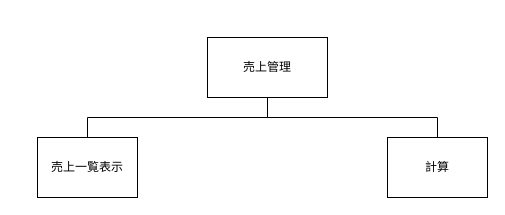
Before: サブシステム構造図/売上管理.drawio in Yamanin3/system-devel, a draw.io diagram. Source tidied: cells renumbered, new cells numbered last; positions are measured from the earlier drawing's top-left corner, leaving out a move shared by most shapes. Both pictures are drawn from the tidied source at 100%, with x=0, y=0 at pixel (37, 37).
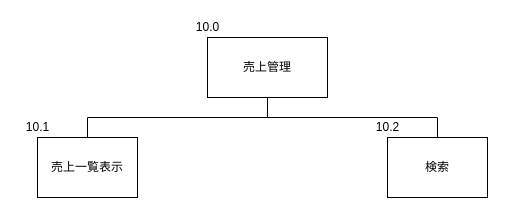
The same page after the edit.

What changed in the source:
```diff
@@
 <mxGraphModel>
   <root>
     <mxCell id="0" />
     <mxCell id="1" parent="0" />
     <mxCell id="2" value="売上管理" style="whiteSpace=wrap;html=1;align=center;" parent="1" vertex="1">
       <mxGeometry x="170" width="120" height="60" as="geometry" />
     </mxCell>
+    <mxCell id="7" value="10.0" style="text;html=1;align=center;verticalAlign=middle;fillColor=none;strokeColor=none;rounded=0;" parent="2" vertex="1">
+      <mxGeometry x="-20" y="-20" width="40" height="20" as="geometry" />
+    </mxCell>
-    <mxCell id="3" value="計算" style="whiteSpace=wrap;html=1;align=center;verticalAlign=middle;" parent="1" vertex="1">
+    <mxCell id="3" value="検索" style="whiteSpace=wrap;html=1;align=center;verticalAlign=middle;" parent="1" vertex="1">
       <mxGeometry x="350" y="100" width="100" height="60" as="geometry" />
     </mxCell>
     <mxCell id="4" style="edgeStyle=elbowEdgeStyle;elbow=vertical;startArrow=none;endArrow=none;rounded=0;" parent="1" edge="1" target="3">
       <mxGeometry relative="1" as="geometry">
         <mxPoint x="230" y="60" as="sourcePoint" />
       </mxGeometry>
     </mxCell>
     <mxCell id="5" value="売上一覧表示" style="whiteSpace=wrap;html=1;align=center;verticalAlign=middle;" parent="1" vertex="1">
       <mxGeometry y="100" width="100" height="60" as="geometry" />
     </mxCell>
     <mxCell id="6" style="edgeStyle=elbowEdgeStyle;elbow=vertical;startArrow=none;endArrow=none;rounded=0;exitX=0.5;exitY=1;exitDx=0;exitDy=0;" parent="1" edge="1" source="2" target="5">
       <mxGeometry relative="1" as="geometry" />
     </mxCell>
+    <mxCell id="8" value="10.1" style="text;html=1;align=center;verticalAlign=middle;fillColor=none;strokeColor=none;rounded=0;" parent="1" vertex="1">
+      <mxGeometry x="-20" y="80" width="40" height="20" as="geometry" />
+    </mxCell>
+    <mxCell id="9" value="10.2" style="text;html=1;align=center;verticalAlign=middle;fillColor=none;strokeColor=none;rounded=0;" parent="1" vertex="1">
+      <mxGeometry x="330" y="80" width="40" height="20" as="geometry" />
+    </mxCell>
   </root>
 </mxGraphModel>
```
